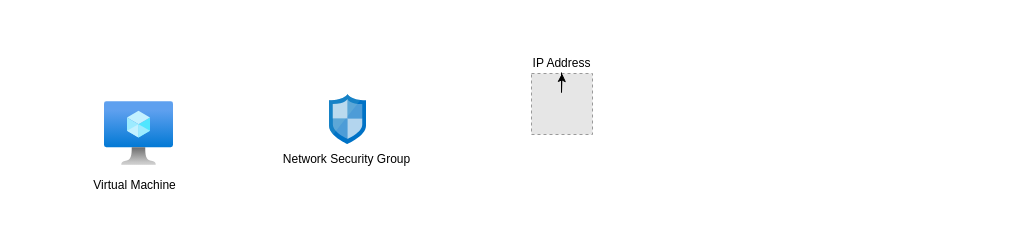
Above: Untitled Diagram.drawio in dknangia/azure-dev (draw.io), before the change. Source tidied: cells renumbered, new cells numbered last; positions are measured from the earlier drawing's top-left corner, leaving out a move shared by most shapes. Both pictures are drawn from the tidied source at 100%, with x=0, y=0 at pixel (87, 54). Pictures stored in the file or linked from it are replaced by grey dashed boxes.
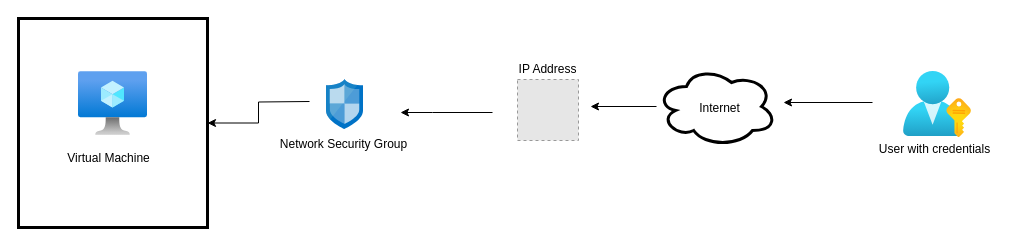
Above is the later version.

The edit, as a diff of the source:
```diff
@@
-    <mxCell id="2" style="fillColor=#E6E6E6;strokeColor=#999999;dashed=1;verticalLabelPosition=bottom;labelBackgroundColor=default;verticalAlign=top;" parent="1" vertex="1">
-      <mxGeometry x="444" y="19" width="61" height="61" as="geometry" />
-    </mxCell>
-    <mxCell id="3" style="edgeStyle=orthogonalEdgeStyle;rounded=0;jettySize=auto;html=1;" parent="1" edge="1" source="4" target="2">
-      <mxGeometry relative="1" as="geometry" />
-    </mxCell>
-    <mxCell id="4" value="IP Address" style="text;html=1;align=center;verticalAlign=middle;points=[];fillColor=none;strokeColor=none;rounded=0;" parent="1" vertex="1">
-      <mxGeometry x="440" width="68" height="18" as="geometry" />
-    </mxCell>
+    <mxCell id="9" style="group;" parent="1" vertex="1">
+      <mxGeometry x="-69" y="-36" width="189" height="209" as="geometry" />
+    </mxCell>
+    <mxCell id="10" style="whiteSpace=wrap;html=1;strokeWidth=3;fillColor=none;" parent="9" vertex="1">
+      <mxGeometry width="189" height="209" as="geometry" />
+    </mxCell>
+    <mxCell id="11" style="group;" parent="9" vertex="1">
+      <mxGeometry x="43" y="53" width="93" height="96" as="geometry" />
+    </mxCell>
-    <mxCell id="5" style="html=1;align=center;image;fontSize=12;image=img/lib/azure2/compute/Virtual_Machine.svg;strokeWidth=3;" parent="1" vertex="1">
-      <mxGeometry x="17" y="47" width="69" height="64" as="geometry" />
+    <mxCell id="5" style="html=1;align=center;image;fontSize=12;image=img/lib/azure2/compute/Virtual_Machine.svg;strokeWidth=3;" parent="11" vertex="1">
+      <mxGeometry x="17" width="69" height="64" as="geometry" />
     </mxCell>
-    <mxCell id="6" value="Virtual Machine" style="text;html=1;align=center;verticalAlign=middle;fillColor=none;strokeColor=none;rounded=0;" parent="1" vertex="1">
-      <mxGeometry y="122" width="93" height="18" as="geometry" />
+    <mxCell id="6" value="Virtual Machine" style="text;html=1;align=center;verticalAlign=middle;fillColor=none;strokeColor=none;rounded=0;" parent="11" vertex="1">
+      <mxGeometry y="78" width="93" height="18" as="geometry" />
     </mxCell>
+    <mxCell id="12" style="group;" parent="1" vertex="1">
+      <mxGeometry x="187" y="25" width="137" height="74" as="geometry" />
+    </mxCell>
-    <mxCell id="7" style="sketch=0;html=1;align=center;image;fontSize=12;image=img/lib/mscae/Network_Security_Groups_Classic.svg;strokeWidth=3;" parent="1" vertex="1">
-      <mxGeometry x="242" y="40" width="37" height="50" as="geometry" />
+    <mxCell id="7" style="sketch=0;html=1;align=center;image;fontSize=12;image=img/lib/mscae/Network_Security_Groups_Classic.svg;strokeWidth=3;" parent="12" vertex="1">
+      <mxGeometry x="52" width="37" height="50" as="geometry" />
     </mxCell>
-    <mxCell id="8" value="Network Security Group" style="text;html=1;align=center;verticalAlign=middle;fillColor=none;strokeColor=none;rounded=0;" parent="1" vertex="1">
-      <mxGeometry x="190" y="96" width="137" height="18" as="geometry" />
+    <mxCell id="8" value="Network Security Group" style="text;html=1;align=center;verticalAlign=middle;fillColor=none;strokeColor=none;rounded=0;" parent="12" vertex="1">
+      <mxGeometry y="56" width="137" height="18" as="geometry" />
     </mxCell>
+    <mxCell id="13" style="group;" parent="1" vertex="1">
+      <mxGeometry x="426" y="6" width="68" height="80" as="geometry" />
+    </mxCell>
+    <mxCell id="2" style="fillColor=#E6E6E6;strokeColor=#999999;dashed=1;verticalLabelPosition=bottom;labelBackgroundColor=default;verticalAlign=top;" parent="13" vertex="1">
+      <mxGeometry x="4" y="19" width="61" height="61" as="geometry" />
+    </mxCell>
+    <mxCell id="4" value="IP Address" style="text;html=1;align=center;verticalAlign=middle;points=[];fillColor=none;strokeColor=none;rounded=0;" parent="13" vertex="1">
+      <mxGeometry width="68" height="18" as="geometry" />
+    </mxCell>
+    <mxCell id="14" style="edgeStyle=orthogonalEdgeStyle;rounded=0;orthogonalLoop=1;jettySize=auto;html=1;" parent="1" edge="1">
+      <mxGeometry relative="1" as="geometry">
+        <mxPoint x="405" y="58" as="sourcePoint" />
+        <mxPoint x="313" y="58" as="targetPoint" />
+        <Array as="points">
+          <mxPoint x="345" y="58" />
+          <mxPoint x="345" y="58" />
+        </Array>
+      </mxGeometry>
+    </mxCell>
+    <mxCell id="15" style="edgeStyle=orthogonalEdgeStyle;rounded=0;jettySize=auto;html=1;" parent="1" edge="1" target="10">
+      <mxGeometry relative="1" as="geometry">
+        <mxPoint x="222" y="47" as="sourcePoint" />
+      </mxGeometry>
+    </mxCell>
+    <mxCell id="16" style="edgeStyle=orthogonalEdgeStyle;rounded=0;jettySize=auto;html=1;" parent="1" edge="1" source="17">
+      <mxGeometry relative="1" as="geometry">
+        <mxPoint x="503" y="52" as="targetPoint" />
+      </mxGeometry>
+    </mxCell>
+    <mxCell id="17" style="ellipse;shape=cloud;whiteSpace=wrap;html=1;strokeWidth=3;fillColor=none;" parent="1" vertex="1">
+      <mxGeometry x="569" y="12" width="120" height="80" as="geometry" />
+    </mxCell>
+    <mxCell id="18" style="edgeStyle=orthogonalEdgeStyle;rounded=0;orthogonalLoop=1;jettySize=auto;html=1;" parent="1" edge="1">
+      <mxGeometry relative="1" as="geometry">
+        <mxPoint x="785" y="48" as="sourcePoint" />
+        <mxPoint x="696" y="48" as="targetPoint" />
+      </mxGeometry>
+    </mxCell>
+    <mxCell id="19" style="html=1;align=center;image;fontSize=12;image=img/lib/azure2/azure_stack/User_Subscriptions.svg;strokeWidth=3;fillColor=none;" parent="1" vertex="1">
+      <mxGeometry x="816" y="17" width="68" height="66" as="geometry" />
+    </mxCell>
+    <mxCell id="20" value="User with credentials" style="text;html=1;align=center;verticalAlign=middle;fillColor=none;strokeColor=none;rounded=0;" parent="1" vertex="1">
+      <mxGeometry x="786.5" y="86" width="121" height="18" as="geometry" />
+    </mxCell>
+    <mxCell id="21" value="Internet" style="text;html=1;align=center;verticalAlign=middle;fillColor=none;strokeColor=none;rounded=0;" parent="1" vertex="1">
+      <mxGeometry x="606" y="45" width="51" height="18" as="geometry" />
+    </mxCell>
```
